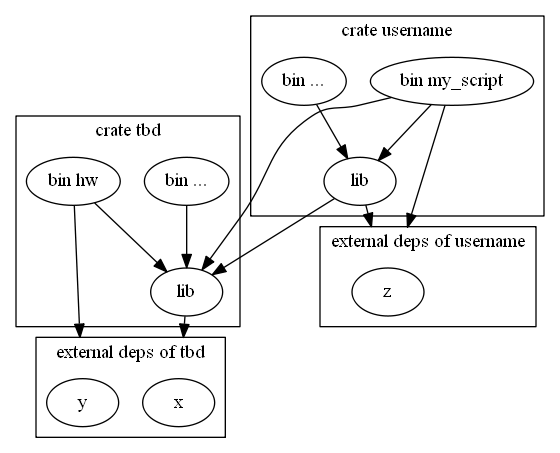
Above: compilation_units.png in Vlad-Shcherbina/icfpc2020-tbd (Graphviz), before the change. Its source is kept beside it as compilation_units.dot.
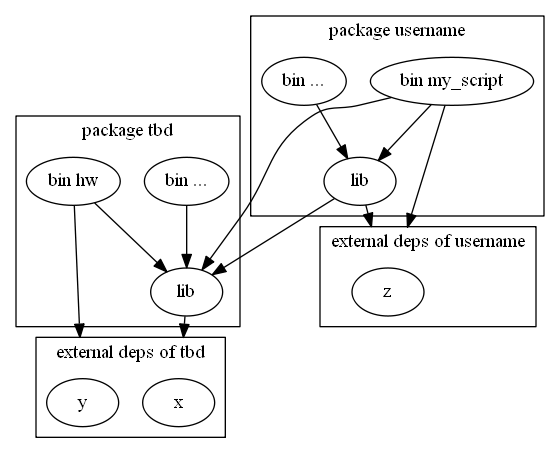
The same diagram one commit later.

Commit message:
s/crate/package/

It seems "package" even more official term,
and unlike "crate" it's unambiguous.

Change to the diagram source:
```diff
@@ -1,8 +1,8 @@
 digraph MyGraph {
     compound = true;
 
-    subgraph cluster_crate_tbd {
-        label = "crate tbd"
+    subgraph cluster_package_tbd {
+        label = "package tbd"
         tbd_lib[label="lib"]
         hw[label="bin hw"]
         tbd_bin_etc[label = "bin ..."]
@@ -11,8 +11,8 @@
         tbd_bin_etc -> tbd_lib
     }
 
-    subgraph cluster_crate_username {
-        label = "crate username"
+    subgraph cluster_package_username {
+        label = "package username"
         username_lib[label="lib"]
         my_script[label="bin my_script"]
         username_bin_etc[label = "bin ..."]
```
